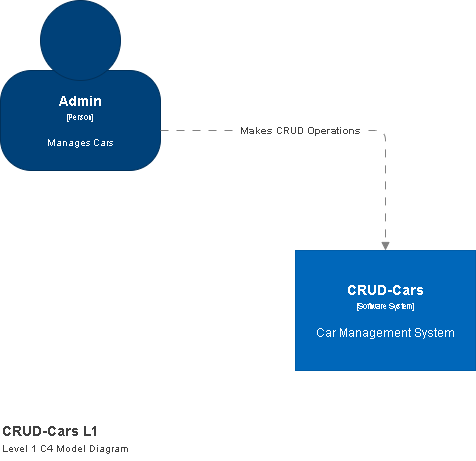
AChareun/car-rental-management keeps this draw.io diagram as doc/crud-cars-c4l1.png. Above is the earlier version. Source tidied: cells renumbered, new cells last; positions are measured from the earlier drawing's top-left corner, leaving out a move shared by most shapes. Its diagram source:
```xml
<mxGraphModel>
  <root>
    <mxCell id="0" />
    <mxCell id="1" parent="0" />
    <object id="2" label="&lt;div&gt;&lt;span style=&quot;font-size: 14px&quot;&gt;&lt;b&gt;CRUD-Cars&lt;/b&gt;&lt;/span&gt;&lt;/div&gt;&lt;div&gt;&lt;span style=&quot;font-size: 8px&quot;&gt;[Software System]&lt;/span&gt;&lt;/div&gt;&lt;div&gt;&lt;span style=&quot;font-size: 8px&quot;&gt;&lt;br&gt;&lt;/span&gt;&lt;/div&gt;&lt;div&gt;Car Management System&lt;/div&gt;" description="Description" name="Software System Name" placeholders="1">
      <mxCell style="rounded=0;whiteSpace=wrap;html=1;fillColor=#0067BA;fontColor=#FFFFFF;strokeColor=#005DA8;" parent="1" vertex="1">
        <mxGeometry x="295" y="250" width="180" height="120" as="geometry" />
      </mxCell>
    </object>
    <object id="3" label="" instruction="edit data of the lower shape within the group" placeholders="1">
      <mxCell style="group;" parent="1" vertex="1">
        <mxGeometry width="160" height="170" as="geometry" />
      </mxCell>
    </object>
    <object id="4" label="&lt;div style=&quot;color: rgb(255 , 255 , 255) ; white-space: normal&quot;&gt;&lt;span style=&quot;font-size: 14px&quot;&gt;&lt;b&gt;Admin&lt;/b&gt;&lt;/span&gt;&lt;/div&gt;&lt;div style=&quot;color: rgb(255 , 255 , 255) ; white-space: normal&quot;&gt;&lt;font style=&quot;font-size: 8px&quot;&gt;[Person]&lt;/font&gt;&lt;/div&gt;&lt;div style=&quot;color: rgb(255 , 255 , 255) ; white-space: normal ; font-size: 8px&quot;&gt;&lt;span style=&quot;font-size: x-small&quot;&gt;&lt;br&gt;&lt;/span&gt;&lt;/div&gt;&lt;div style=&quot;color: rgb(255 , 255 , 255) ; white-space: normal&quot;&gt;&lt;font size=&quot;1&quot;&gt;Manages Cars&lt;/font&gt;&lt;/div&gt;" description="Description" name="Actor Name" placeholders="1">
      <mxCell style="rounded=1;whiteSpace=wrap;html=1;strokeColor=#00315C;fillColor=#004179;fontColor=#000000;arcSize=31;" parent="3" vertex="1">
        <mxGeometry y="70" width="160" height="100" as="geometry" />
      </mxCell>
    </object>
    <mxCell id="5" style="ellipse;whiteSpace=wrap;html=1;strokeColor=#00315C;fillColor=#004179;fontColor=#000000;" parent="3" vertex="1">
      <mxGeometry x="40" width="80" height="80" as="geometry" />
    </mxCell>
    <object id="6" label="CRUD-Cars L1&lt;br style=&quot;font-size: 10px&quot;&gt;&lt;font size=&quot;1&quot;&gt;&lt;span style=&quot;font-weight: 400&quot;&gt;Level 1 C4 Model Diagram&lt;br&gt;&lt;/span&gt;&lt;/font&gt;" description="Description" name="Diagram Name" placeholders="1">
      <mxCell style="text;html=1;align=left;verticalAlign=top;spacingTop=-4;fontSize=14;fontColor=#404040;fontStyle=1;" parent="1" vertex="1">
        <mxGeometry y="420" width="140" height="40" as="geometry" />
      </mxCell>
    </object>
    <object id="7" label="&lt;b&gt;Makes CRUD Operations&lt;/b&gt;" name="Dependency Operation Name" placeholders="1" technology="JDBC">
      <mxCell style="endArrow=block;html=1;fontSize=10;fontColor=#404040;strokeWidth=1;endFill=1;dashed=1;dashPattern=8 8;strokeColor=#828282;elbow=vertical;entryX=0.5;entryY=0;entryDx=0;entryDy=0;" parent="1" edge="1" target="2">
        <mxGeometry x="-0.19" relative="1" as="geometry">
          <mxPoint x="160" y="130" as="sourcePoint" />
          <Array as="points">
            <mxPoint x="385" y="130" />
          </Array>
        </mxGeometry>
      </mxCell>
    </object>
  </root>
</mxGraphModel>
```
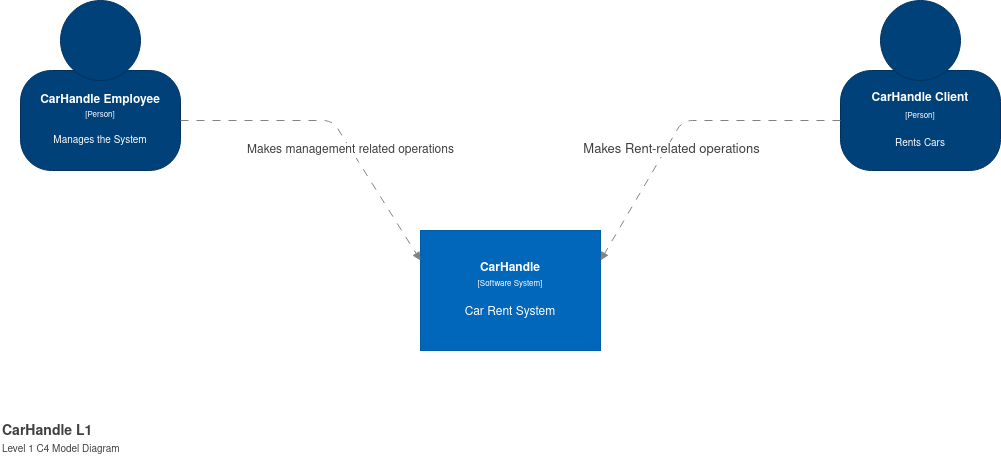
After the change.

What changed in the source:
```diff
@@ -2,17 +2,17 @@
   <root>
     <mxCell id="0" />
     <mxCell id="1" parent="0" />
-    <object id="2" label="&lt;div&gt;&lt;span style=&quot;font-size: 14px&quot;&gt;&lt;b&gt;CRUD-Cars&lt;/b&gt;&lt;/span&gt;&lt;/div&gt;&lt;div&gt;&lt;span style=&quot;font-size: 8px&quot;&gt;[Software System]&lt;/span&gt;&lt;/div&gt;&lt;div&gt;&lt;span style=&quot;font-size: 8px&quot;&gt;&lt;br&gt;&lt;/span&gt;&lt;/div&gt;&lt;div&gt;Car Management System&lt;/div&gt;" description="Description" name="Software System Name" placeholders="1">
-      <mxCell style="rounded=0;whiteSpace=wrap;html=1;fillColor=#0067BA;fontColor=#FFFFFF;strokeColor=#005DA8;" parent="1" vertex="1">
-        <mxGeometry x="295" y="250" width="180" height="120" as="geometry" />
+    <object id="2" label="&lt;b&gt;CarHandle&lt;/b&gt;&lt;div&gt;&lt;span style=&quot;font-size: 8px&quot;&gt;[Software System]&lt;/span&gt;&lt;/div&gt;&lt;div&gt;&lt;span style=&quot;font-size: 8px&quot;&gt;&lt;br&gt;&lt;/span&gt;&lt;/div&gt;Car Rent System" description="Description" name="Software System Name" placeholders="1">
+      <mxCell style="rounded=0;whiteSpace=wrap;html=1;fillColor=#0067BA;fontColor=#FFFFFF;strokeColor=#005DA8;strokeWidth=1;perimeterSpacing=0;" parent="1" vertex="1">
+        <mxGeometry x="420" y="230" width="180" height="120" as="geometry" />
       </mxCell>
     </object>
     <object id="3" label="" instruction="edit data of the lower shape within the group" placeholders="1">
       <mxCell style="group;" parent="1" vertex="1">
-        <mxGeometry width="160" height="170" as="geometry" />
+        <mxGeometry x="20" width="160" height="170" as="geometry" />
       </mxCell>
     </object>
-    <object id="4" label="&lt;div style=&quot;color: rgb(255 , 255 , 255) ; white-space: normal&quot;&gt;&lt;span style=&quot;font-size: 14px&quot;&gt;&lt;b&gt;Admin&lt;/b&gt;&lt;/span&gt;&lt;/div&gt;&lt;div style=&quot;color: rgb(255 , 255 , 255) ; white-space: normal&quot;&gt;&lt;font style=&quot;font-size: 8px&quot;&gt;[Person]&lt;/font&gt;&lt;/div&gt;&lt;div style=&quot;color: rgb(255 , 255 , 255) ; white-space: normal ; font-size: 8px&quot;&gt;&lt;span style=&quot;font-size: x-small&quot;&gt;&lt;br&gt;&lt;/span&gt;&lt;/div&gt;&lt;div style=&quot;color: rgb(255 , 255 , 255) ; white-space: normal&quot;&gt;&lt;font size=&quot;1&quot;&gt;Manages Cars&lt;/font&gt;&lt;/div&gt;" description="Description" name="Actor Name" placeholders="1">
+    <object id="4" label="&lt;b&gt;&lt;font color=&quot;#FFFFFF&quot;&gt;CarHandle Employee&lt;/font&gt;&lt;br&gt;&lt;/b&gt;&lt;div style=&quot;color: rgb(255 , 255 , 255) ; white-space: normal&quot;&gt;&lt;font style=&quot;font-size: 8px&quot;&gt;[Person]&lt;/font&gt;&lt;/div&gt;&lt;div style=&quot;color: rgb(255 , 255 , 255) ; white-space: normal ; font-size: 8px&quot;&gt;&lt;span style=&quot;font-size: x-small&quot;&gt;&lt;br&gt;&lt;/span&gt;&lt;/div&gt;&lt;div style=&quot;color: rgb(255 , 255 , 255) ; white-space: normal&quot;&gt;&lt;font size=&quot;1&quot;&gt;Manages the System&lt;/font&gt;&lt;/div&gt;" description="Description" name="Actor Name" placeholders="1">
       <mxCell style="rounded=1;whiteSpace=wrap;html=1;strokeColor=#00315C;fillColor=#004179;fontColor=#000000;arcSize=31;" parent="3" vertex="1">
         <mxGeometry y="70" width="160" height="100" as="geometry" />
       </mxCell>
@@ -20,20 +20,43 @@
     <mxCell id="5" style="ellipse;whiteSpace=wrap;html=1;strokeColor=#00315C;fillColor=#004179;fontColor=#000000;" parent="3" vertex="1">
       <mxGeometry x="40" width="80" height="80" as="geometry" />
     </mxCell>
-    <object id="6" label="CRUD-Cars L1&lt;br style=&quot;font-size: 10px&quot;&gt;&lt;font size=&quot;1&quot;&gt;&lt;span style=&quot;font-weight: 400&quot;&gt;Level 1 C4 Model Diagram&lt;br&gt;&lt;/span&gt;&lt;/font&gt;" description="Description" name="Diagram Name" placeholders="1">
+    <object id="6" label="CarHandle L1&lt;br style=&quot;font-size: 10px&quot;&gt;&lt;font size=&quot;1&quot;&gt;&lt;span style=&quot;font-weight: 400&quot;&gt;Level 1 C4 Model Diagram&lt;br&gt;&lt;/span&gt;&lt;/font&gt;" description="Description" name="Diagram Name" placeholders="1">
       <mxCell style="text;html=1;align=left;verticalAlign=top;spacingTop=-4;fontSize=14;fontColor=#404040;fontStyle=1;" parent="1" vertex="1">
-        <mxGeometry y="420" width="140" height="40" as="geometry" />
+        <mxGeometry y="420" width="130" height="40" as="geometry" />
       </mxCell>
     </object>
-    <object id="7" label="&lt;b&gt;Makes CRUD Operations&lt;/b&gt;" name="Dependency Operation Name" placeholders="1" technology="JDBC">
-      <mxCell style="endArrow=block;html=1;fontSize=10;fontColor=#404040;strokeWidth=1;endFill=1;dashed=1;dashPattern=8 8;strokeColor=#828282;elbow=vertical;entryX=0.5;entryY=0;entryDx=0;entryDy=0;" parent="1" edge="1" target="2">
-        <mxGeometry x="-0.19" relative="1" as="geometry">
-          <mxPoint x="160" y="130" as="sourcePoint" />
-          <Array as="points">
-            <mxPoint x="385" y="130" />
-          </Array>
-        </mxGeometry>
-      </mxCell>
-    </object>
+    <object id="8" label="" instruction="edit data of the lower shape within the group" placeholders="1">
+      <mxCell style="group;" parent="1" vertex="1">
+        <mxGeometry x="840" width="160" height="170" as="geometry" />
+      </mxCell>
+    </object>
+    <object id="9" label="&lt;b&gt;&lt;font color=&quot;#FFFFFF&quot;&gt;CarHandle Client&lt;br&gt;&lt;/font&gt;&lt;/b&gt;&lt;div style=&quot;color: rgb(255 , 255 , 255) ; white-space: normal&quot;&gt;&lt;span style=&quot;font-size: 14px&quot;&gt;&lt;/span&gt;&lt;font style=&quot;font-size: 8px&quot;&gt;[Person]&lt;/font&gt;&lt;/div&gt;&lt;div style=&quot;color: rgb(255 , 255 , 255) ; white-space: normal&quot;&gt;&lt;font style=&quot;font-size: 8px&quot;&gt;&lt;br&gt;&lt;/font&gt;&lt;/div&gt;&lt;div style=&quot;color: rgb(255 , 255 , 255) ; white-space: normal ; font-size: 8px&quot;&gt;&lt;span style=&quot;font-size: x-small&quot;&gt;&lt;font size=&quot;1&quot;&gt;Rents Cars&lt;/font&gt;&lt;br&gt;&lt;/span&gt;&lt;/div&gt;" description="Description" name="Actor Name" placeholders="1">
+      <mxCell style="rounded=1;whiteSpace=wrap;html=1;strokeColor=#00315C;fillColor=#004179;fontColor=#000000;arcSize=31;" parent="8" vertex="1">
+        <mxGeometry y="70" width="160" height="100" as="geometry" />
+      </mxCell>
+    </object>
+    <mxCell id="10" style="ellipse;whiteSpace=wrap;html=1;strokeColor=#00315C;fillColor=#004179;fontColor=#000000;" parent="8" vertex="1">
+      <mxGeometry x="40" width="80" height="80" as="geometry" />
+    </mxCell>
+    <object id="11" label="&lt;font style=&quot;font-size: 13px&quot;&gt;Makes Rent-related operations&lt;/font&gt;" name="Dependency Operation Name" placeholders="1" technology="JDBC">
+      <mxCell style="endArrow=block;html=1;fontSize=10;fontColor=#404040;strokeWidth=1;endFill=1;dashed=1;dashPattern=8 8;strokeColor=#828282;elbow=vertical;entryX=1;entryY=0.25;entryDx=0;entryDy=0;exitX=0;exitY=0.5;exitDx=0;exitDy=0;" parent="1" edge="1" source="9" target="2">
+        <mxGeometry x="-0.01" y="32" relative="1" as="geometry">
+          <Array as="points">
+            <mxPoint x="682.1" y="120" />
+          </Array>
+          <mxPoint x="-39" y="13" as="offset" />
+        </mxGeometry>
+      </mxCell>
+    </object>
+    <object id="12" label="&lt;font style=&quot;font-size: 12px&quot;&gt;Makes management related operations&lt;/font&gt;" name="Dependency Operation Name" placeholders="1" technology="JDBC">
+      <mxCell style="endArrow=block;html=1;fontSize=10;fontColor=#404040;strokeWidth=1;endFill=1;dashed=1;dashPattern=8 8;strokeColor=#828282;elbow=vertical;entryX=0;entryY=0.25;entryDx=0;entryDy=0;exitX=1;exitY=0.5;exitDx=0;exitDy=0;" parent="1" edge="1" source="4" target="2">
+        <mxGeometry x="-0.04" y="-35" relative="1" as="geometry">
+          <Array as="points">
+            <mxPoint x="332.1" y="120" />
+          </Array>
+          <mxPoint x="48" y="12" as="offset" />
+        </mxGeometry>
+      </mxCell>
+    </object>
   </root>
 </mxGraphModel>
```
